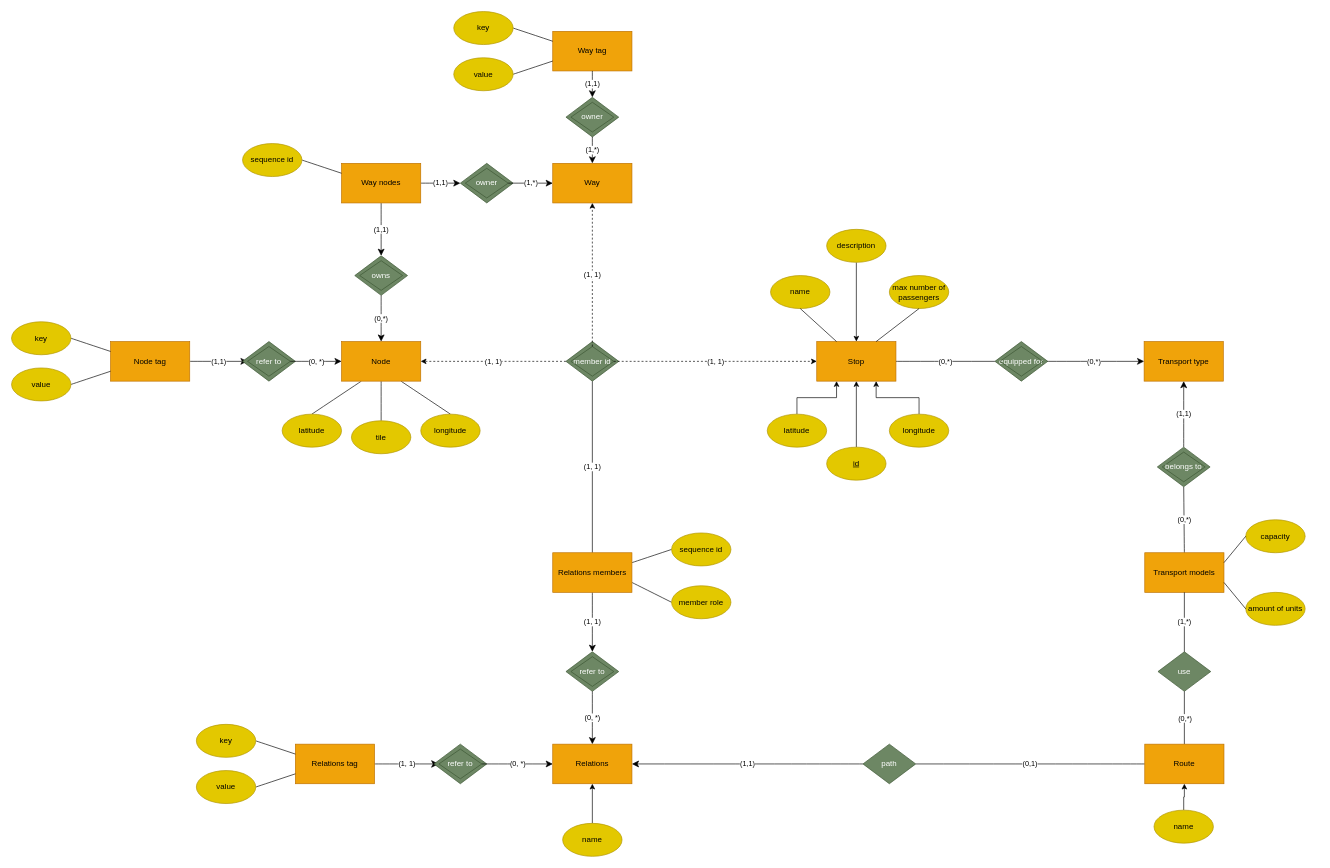
Leo-nid/hse-DB keeps this draw.io diagram as page "ER-diagram" (2 of 2) of Untitled Diagram.drawio. Above is the earlier version. Source tidied: cells renumbered, new cells numbered last; positions are measured from the earlier drawing's top-left corner, leaving out a move shared by most shapes. Both pictures are drawn from the tidied source at 66%, with x=0, y=0 at pixel (11, 11).
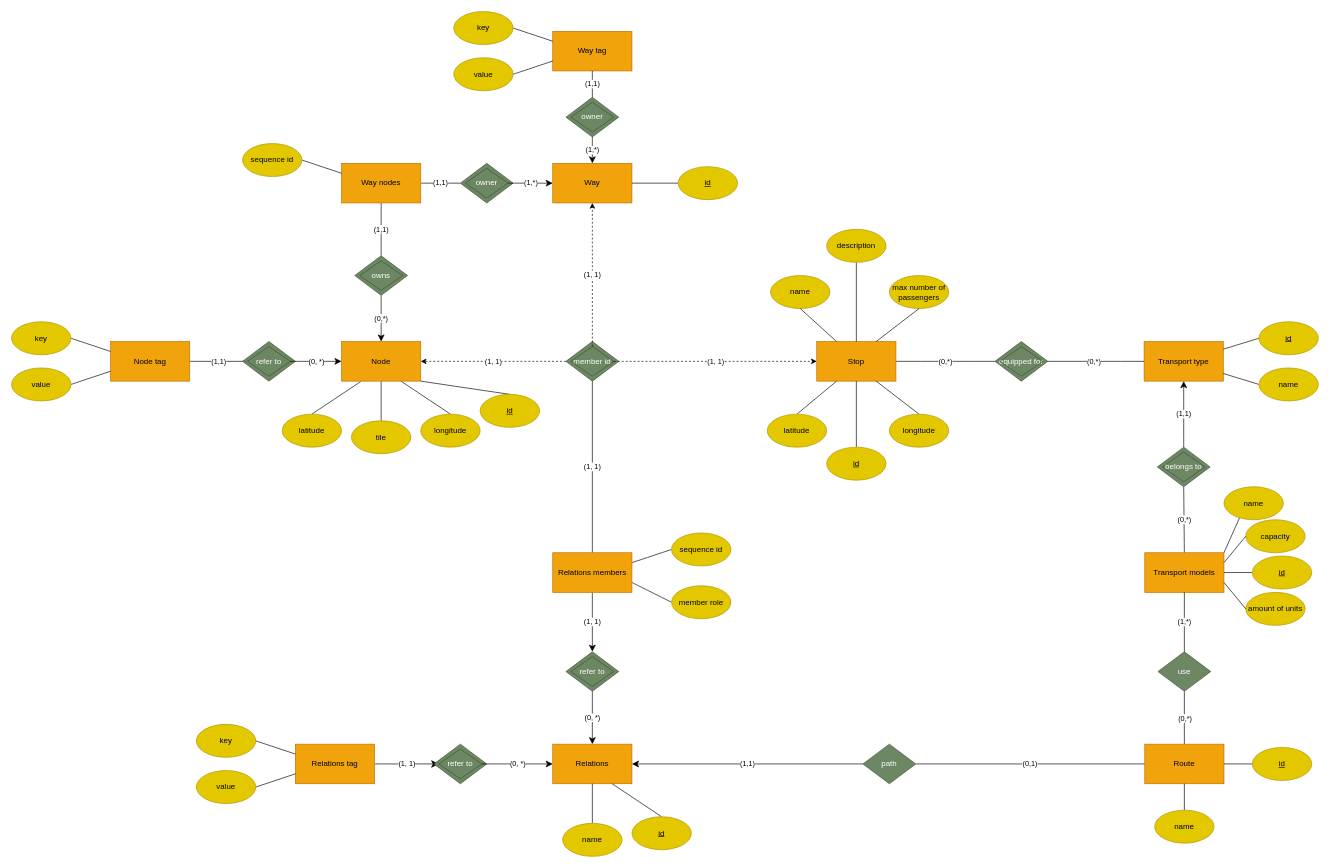
The same page after the edit.

Unchanged cells that the change refers to:
```xml
<mxCell id="3" value="Stop" style="rounded=0;whiteSpace=wrap;html=1;hachureGap=4;fillColor=#f0a30a;strokeColor=#BD7000;fontColor=#000000;" parent="1" vertex="1">
  <mxGeometry x="1220" y="500" width="120" height="60" as="geometry" />
</mxCell>
<mxCell id="9" value="Transport models" style="rounded=0;whiteSpace=wrap;html=1;hachureGap=4;fillColor=#f0a30a;strokeColor=#BD7000;fontColor=#000000;" parent="1" vertex="1">
  <mxGeometry x="1717" y="820" width="120" height="60" as="geometry" />
</mxCell>
<mxCell id="19" value="Route" style="rounded=0;whiteSpace=wrap;html=1;hachureGap=4;fillColor=#f0a30a;strokeColor=#BD7000;fontColor=#000000;" parent="1" vertex="1">
  <mxGeometry x="1717" y="1110" width="120" height="60" as="geometry" />
</mxCell>
<mxCell id="23" value="Node" style="rounded=0;whiteSpace=wrap;html=1;hachureGap=4;fillColor=#f0a30a;strokeColor=#BD7000;fontColor=#000000;" parent="1" vertex="1">
  <mxGeometry x="500" y="500" width="120" height="60" as="geometry" />
</mxCell>
<mxCell id="24" value="Way" style="rounded=0;whiteSpace=wrap;html=1;hachureGap=4;fillColor=#f0a30a;strokeColor=#BD7000;fontColor=#000000;" parent="1" vertex="1">
  <mxGeometry x="820" y="230" width="120" height="60" as="geometry" />
</mxCell>
<mxCell id="25" value="Transport type" style="rounded=0;whiteSpace=wrap;html=1;hachureGap=4;fillColor=#f0a30a;strokeColor=#BD7000;fontColor=#000000;" parent="1" vertex="1">
  <mxGeometry x="1716" y="500" width="120" height="60" as="geometry" />
</mxCell>
<mxCell id="26" value="Relations" style="rounded=0;whiteSpace=wrap;html=1;hachureGap=4;fillColor=#f0a30a;strokeColor=#BD7000;fontColor=#000000;" parent="1" vertex="1">
  <mxGeometry x="820" y="1110" width="120" height="60" as="geometry" />
</mxCell>
<mxCell id="35" value="Node tag" style="rounded=0;whiteSpace=wrap;html=1;hachureGap=4;fillColor=#f0a30a;strokeColor=#BD7000;fontColor=#000000;" parent="1" vertex="1">
  <mxGeometry x="150" y="500" width="120" height="60" as="geometry" />
</mxCell>
<mxCell id="36" value="Way tag" style="rounded=0;whiteSpace=wrap;html=1;hachureGap=4;fillColor=#f0a30a;strokeColor=#BD7000;fontColor=#000000;" parent="1" vertex="1">
  <mxGeometry x="820" y="30" width="120" height="60" as="geometry" />
</mxCell>
<mxCell id="45" value="Way nodes" style="rounded=0;whiteSpace=wrap;html=1;hachureGap=4;fillColor=#f0a30a;strokeColor=#BD7000;fontColor=#000000;" parent="1" vertex="1">
  <mxGeometry x="500" y="230" width="120" height="60" as="geometry" />
</mxCell>
<mxCell id="58" style="rhombus;whiteSpace=wrap;html=1;hachureGap=4;fillColor=none;strokeColor=#3A5431;fontColor=#ffffff;" parent="56" vertex="1">
  <mxGeometry x="7.5" y="7.5" width="65" height="45" as="geometry" />
</mxCell>
<mxCell id="75" value="owns" style="rhombus;whiteSpace=wrap;html=1;hachureGap=4;fillColor=#6d8764;strokeColor=#3A5431;fontColor=#ffffff;rounded=0;sketch=0;perimeterSpacing=0;shadow=0;" parent="74" vertex="1">
  <mxGeometry width="80" height="60" as="geometry" />
</mxCell>
<mxCell id="88" value="owner" style="rhombus;whiteSpace=wrap;html=1;hachureGap=4;fillColor=#6d8764;strokeColor=#3A5431;fontColor=#ffffff;rounded=0;sketch=0;perimeterSpacing=0;shadow=0;" parent="87" vertex="1">
  <mxGeometry width="80" height="60" as="geometry" />
</mxCell>
<mxCell id="101" value="name" style="ellipse;whiteSpace=wrap;html=1;hachureGap=4;fillColor=#e3c800;strokeColor=#B09500;fontColor=#000000;" parent="1" vertex="1">
  <mxGeometry x="835" y="1230" width="90" height="50" as="geometry" />
</mxCell>
<mxCell id="103" value="description" style="ellipse;whiteSpace=wrap;html=1;hachureGap=4;fillColor=#e3c800;strokeColor=#B09500;fontColor=#000000;" parent="1" vertex="1">
  <mxGeometry x="1235" y="330" width="90" height="50" as="geometry" />
</mxCell>
<mxCell id="107" value="latitude" style="ellipse;whiteSpace=wrap;html=1;hachureGap=4;fillColor=#e3c800;strokeColor=#B09500;fontColor=#000000;" parent="1" vertex="1">
  <mxGeometry x="1145" y="610" width="90" height="50" as="geometry" />
</mxCell>
<mxCell id="109" value="longitude" style="ellipse;whiteSpace=wrap;html=1;hachureGap=4;fillColor=#e3c800;strokeColor=#B09500;fontColor=#000000;" parent="1" vertex="1">
  <mxGeometry x="1330" y="610" width="90" height="50" as="geometry" />
</mxCell>
<mxCell id="111" value="&lt;u&gt;id&lt;/u&gt;" style="ellipse;whiteSpace=wrap;html=1;hachureGap=4;fillColor=#e3c800;strokeColor=#B09500;fontColor=#000000;" parent="1" vertex="1">
  <mxGeometry x="1235" y="660" width="90" height="50" as="geometry" />
</mxCell>
```

The edit, as a diff of the source:
```diff
@@
+    <mxCell id="112" style="edgeStyle=none;rounded=0;jettySize=auto;html=1;exitX=1;exitY=0;exitDx=0;exitDy=0;entryX=0.267;entryY=0.92;entryDx=0;entryDy=0;entryPerimeter=0;endArrow=none;endFill=0;" parent="1" edge="1" source="9" target="123">
+      <mxGeometry relative="1" as="geometry" />
+    </mxCell>
@@
-    <mxCell id="34" value="(1,1)" style="edgeStyle=none;curved=1;rounded=0;jettySize=auto;html=1;exitX=1;exitY=0.5;exitDx=0;exitDy=0;entryX=0;entryY=0.5;entryDx=0;entryDy=0;endArrow=classic;endFill=1;startSize=8;endSize=8;sourcePerimeterSpacing=8;targetPerimeterSpacing=8;" parent="1" edge="1" source="35" target="58">
+    <mxCell id="34" value="(1,1)" style="edgeStyle=none;curved=1;rounded=0;jettySize=auto;html=1;exitX=1;exitY=0.5;exitDx=0;exitDy=0;entryX=0;entryY=0.5;entryDx=0;entryDy=0;endArrow=none;endFill=0;startSize=8;endSize=8;sourcePerimeterSpacing=8;targetPerimeterSpacing=8;" parent="1" edge="1" source="35" target="58">
       <mxGeometry relative="1" as="geometry" />
     </mxCell>
@@
-    <mxCell id="43" value="(1,1)" style="edgeStyle=none;curved=1;rounded=0;jettySize=auto;html=1;exitX=0.5;exitY=1;exitDx=0;exitDy=0;entryX=0.5;entryY=0;entryDx=0;entryDy=0;endArrow=classic;endFill=1;startSize=8;endSize=8;sourcePerimeterSpacing=8;targetPerimeterSpacing=8;" parent="1" edge="1" source="45" target="75">
+    <mxCell id="43" value="(1,1)" style="edgeStyle=none;curved=1;rounded=0;jettySize=auto;html=1;exitX=0.5;exitY=1;exitDx=0;exitDy=0;entryX=0.5;entryY=0;entryDx=0;entryDy=0;endArrow=none;endFill=0;startSize=8;endSize=8;sourcePerimeterSpacing=8;targetPerimeterSpacing=8;" parent="1" edge="1" source="45" target="75">
       <mxGeometry relative="1" as="geometry" />
     </mxCell>
-    <mxCell id="44" value="(1,1)" style="edgeStyle=none;curved=1;rounded=0;jettySize=auto;html=1;exitX=1;exitY=0.5;exitDx=0;exitDy=0;endArrow=classic;endFill=1;startSize=8;endSize=8;sourcePerimeterSpacing=8;targetPerimeterSpacing=8;" parent="1" edge="1" source="45">
+    <mxCell id="44" value="(1,1)" style="edgeStyle=none;curved=1;rounded=0;jettySize=auto;html=1;exitX=1;exitY=0.5;exitDx=0;exitDy=0;endArrow=none;endFill=0;startSize=8;endSize=8;sourcePerimeterSpacing=8;targetPerimeterSpacing=8;" parent="1" edge="1" source="45">
       <mxGeometry relative="1" as="geometry">
         <mxPoint x="680" y="260" as="targetPoint" />
       </mxGeometry>
     </mxCell>
@@
-    <mxCell id="85" value="(0,*)" style="edgeStyle=none;curved=1;rounded=0;jettySize=auto;html=1;exitX=1;exitY=0.5;exitDx=0;exitDy=0;entryX=0;entryY=0.5;entryDx=0;entryDy=0;endArrow=classic;endFill=1;startSize=8;endSize=8;sourcePerimeterSpacing=8;targetPerimeterSpacing=8;startArrow=none;startFill=0;" parent="1" edge="1" target="25">
+    <mxCell id="85" value="(0,*)" style="edgeStyle=none;curved=1;rounded=0;jettySize=auto;html=1;exitX=1;exitY=0.5;exitDx=0;exitDy=0;entryX=0;entryY=0.5;entryDx=0;entryDy=0;endArrow=none;endFill=0;startSize=8;endSize=8;sourcePerimeterSpacing=8;targetPerimeterSpacing=8;startArrow=none;startFill=0;" parent="1" edge="1" target="25">
       <mxGeometry relative="1" as="geometry">
         <mxPoint x="1562.5" y="530" as="sourcePoint" />
       </mxGeometry>
     </mxCell>
@@
-    <mxCell id="91" value="(1,1)" style="edgeStyle=none;curved=1;rounded=0;jettySize=auto;html=1;exitX=0.5;exitY=1;exitDx=0;exitDy=0;entryX=0.5;entryY=0;entryDx=0;entryDy=0;endArrow=classic;endFill=1;startSize=8;endSize=8;sourcePerimeterSpacing=8;targetPerimeterSpacing=8;" parent="1" edge="1" source="36" target="88">
+    <mxCell id="91" value="(1,1)" style="edgeStyle=none;curved=1;rounded=0;jettySize=auto;html=1;exitX=0.5;exitY=1;exitDx=0;exitDy=0;entryX=0.5;entryY=0;entryDx=0;entryDy=0;endArrow=none;endFill=0;startSize=8;endSize=8;sourcePerimeterSpacing=8;targetPerimeterSpacing=8;" parent="1" edge="1" source="36" target="88">
       <mxGeometry relative="1" as="geometry" />
     </mxCell>
@@
-    <mxCell id="100" style="edgeStyle=orthogonalEdgeStyle;rounded=0;jettySize=auto;html=1;exitX=0.5;exitY=0;exitDx=0;exitDy=0;" parent="1" edge="1" source="101" target="26">
+    <mxCell id="100" style="edgeStyle=orthogonalEdgeStyle;rounded=0;jettySize=auto;html=1;exitX=0.5;exitY=0;exitDx=0;exitDy=0;endArrow=none;endFill=0;" parent="1" edge="1" source="101" target="26">
       <mxGeometry relative="1" as="geometry" />
     </mxCell>
@@
-    <mxCell id="102" style="edgeStyle=orthogonalEdgeStyle;rounded=0;jettySize=auto;html=1;exitX=0.5;exitY=1;exitDx=0;exitDy=0;" parent="1" edge="1" source="103" target="3">
+    <mxCell id="102" style="edgeStyle=orthogonalEdgeStyle;rounded=0;jettySize=auto;html=1;exitX=0.5;exitY=1;exitDx=0;exitDy=0;endArrow=none;endFill=0;" parent="1" edge="1" source="103" target="3">
       <mxGeometry relative="1" as="geometry" />
     </mxCell>
@@
-    <mxCell id="104" style="edgeStyle=orthogonalEdgeStyle;rounded=0;jettySize=auto;html=1;exitX=0.5;exitY=0;exitDx=0;exitDy=0;entryX=0.5;entryY=1;entryDx=0;entryDy=0;" parent="1" edge="1" source="105" target="19">
+    <mxCell id="104" style="edgeStyle=orthogonalEdgeStyle;rounded=0;jettySize=auto;html=1;exitX=0.5;exitY=0;exitDx=0;exitDy=0;entryX=0.5;entryY=1;entryDx=0;entryDy=0;endArrow=none;endFill=0;" parent="1" edge="1" source="105" target="19">
       <mxGeometry relative="1" as="geometry" />
     </mxCell>
     <mxCell id="105" value="name" style="ellipse;whiteSpace=wrap;html=1;hachureGap=4;fillColor=#e3c800;strokeColor=#B09500;fontColor=#000000;" parent="1" vertex="1">
-      <mxGeometry x="1731" y="1210" width="90" height="50" as="geometry" />
+      <mxGeometry x="1732" y="1210" width="90" height="50" as="geometry" />
     </mxCell>
-    <mxCell id="106" style="edgeStyle=orthogonalEdgeStyle;rounded=0;jettySize=auto;html=1;exitX=0.5;exitY=0;exitDx=0;exitDy=0;entryX=0.25;entryY=1;entryDx=0;entryDy=0;" parent="1" edge="1" source="107" target="3">
+    <mxCell id="106" style="rounded=0;jettySize=auto;html=1;exitX=0.5;exitY=0;exitDx=0;exitDy=0;entryX=0.25;entryY=1;entryDx=0;entryDy=0;endArrow=none;endFill=0;" parent="1" edge="1" source="107" target="3">
       <mxGeometry relative="1" as="geometry" />
     </mxCell>
@@
-    <mxCell id="108" style="edgeStyle=orthogonalEdgeStyle;rounded=0;jettySize=auto;html=1;exitX=0.5;exitY=0;exitDx=0;exitDy=0;entryX=0.75;entryY=1;entryDx=0;entryDy=0;" parent="1" edge="1" source="109" target="3">
+    <mxCell id="108" style="rounded=0;jettySize=auto;html=1;exitX=0.5;exitY=0;exitDx=0;exitDy=0;entryX=0.75;entryY=1;entryDx=0;entryDy=0;endArrow=none;endFill=0;" parent="1" edge="1" source="109" target="3">
       <mxGeometry relative="1" as="geometry" />
     </mxCell>
@@
-    <mxCell id="110" style="edgeStyle=orthogonalEdgeStyle;rounded=0;jettySize=auto;html=1;exitX=0.5;exitY=0;exitDx=0;exitDy=0;" parent="1" edge="1" source="111" target="3">
+    <mxCell id="110" style="edgeStyle=orthogonalEdgeStyle;rounded=0;jettySize=auto;html=1;exitX=0.5;exitY=0;exitDx=0;exitDy=0;endArrow=none;endFill=0;" parent="1" edge="1" source="111" target="3">
       <mxGeometry relative="1" as="geometry" />
     </mxCell>
@@
+    <mxCell id="113" style="edgeStyle=none;rounded=0;jettySize=auto;html=1;exitX=0.5;exitY=0;exitDx=0;exitDy=0;entryX=0.75;entryY=1;entryDx=0;entryDy=0;endArrow=none;endFill=0;" parent="1" edge="1" source="114" target="26">
+      <mxGeometry relative="1" as="geometry" />
+    </mxCell>
+    <mxCell id="114" value="&lt;u&gt;id&lt;/u&gt;" style="ellipse;whiteSpace=wrap;html=1;hachureGap=4;fillColor=#e3c800;strokeColor=#B09500;fontColor=#000000;" parent="1" vertex="1">
+      <mxGeometry x="940" y="1220" width="90" height="50" as="geometry" />
+    </mxCell>
+    <mxCell id="115" style="edgeStyle=none;rounded=0;jettySize=auto;html=1;exitX=0.5;exitY=0;exitDx=0;exitDy=0;entryX=1;entryY=1;entryDx=0;entryDy=0;endArrow=none;endFill=0;" parent="1" edge="1" source="116" target="23">
+      <mxGeometry relative="1" as="geometry" />
+    </mxCell>
+    <mxCell id="116" value="&lt;u&gt;id&lt;/u&gt;" style="ellipse;whiteSpace=wrap;html=1;hachureGap=4;fillColor=#e3c800;strokeColor=#B09500;fontColor=#000000;" parent="1" vertex="1">
+      <mxGeometry x="710" y="580" width="90" height="50" as="geometry" />
+    </mxCell>
+    <mxCell id="117" style="edgeStyle=none;rounded=0;jettySize=auto;html=1;exitX=0;exitY=0.5;exitDx=0;exitDy=0;endArrow=none;endFill=0;" parent="1" edge="1" source="118" target="24">
+      <mxGeometry relative="1" as="geometry" />
+    </mxCell>
+    <mxCell id="118" value="&lt;u&gt;id&lt;/u&gt;" style="ellipse;whiteSpace=wrap;html=1;hachureGap=4;fillColor=#e3c800;strokeColor=#B09500;fontColor=#000000;" parent="1" vertex="1">
+      <mxGeometry x="1010" y="235" width="90" height="50" as="geometry" />
+    </mxCell>
+    <mxCell id="119" style="edgeStyle=none;rounded=0;jettySize=auto;html=1;exitX=0;exitY=0.5;exitDx=0;exitDy=0;endArrow=none;endFill=0;" parent="1" edge="1" source="120" target="25">
+      <mxGeometry relative="1" as="geometry" />
+    </mxCell>
+    <mxCell id="120" value="&lt;u&gt;id&lt;/u&gt;" style="ellipse;whiteSpace=wrap;html=1;hachureGap=4;fillColor=#e3c800;strokeColor=#B09500;fontColor=#000000;" parent="1" vertex="1">
+      <mxGeometry x="1890" y="470" width="90" height="50" as="geometry" />
+    </mxCell>
+    <mxCell id="121" style="edgeStyle=none;rounded=0;jettySize=auto;html=1;exitX=0;exitY=0.5;exitDx=0;exitDy=0;entryX=1;entryY=0.5;entryDx=0;entryDy=0;endArrow=none;endFill=0;" parent="1" edge="1" source="122" target="9">
+      <mxGeometry relative="1" as="geometry" />
+    </mxCell>
+    <mxCell id="122" value="&lt;u&gt;id&lt;/u&gt;" style="ellipse;whiteSpace=wrap;html=1;hachureGap=4;fillColor=#e3c800;strokeColor=#B09500;fontColor=#000000;" parent="1" vertex="1">
+      <mxGeometry x="1880" y="825" width="90" height="50" as="geometry" />
+    </mxCell>
+    <mxCell id="123" value="name" style="ellipse;whiteSpace=wrap;html=1;hachureGap=4;fillColor=#e3c800;strokeColor=#B09500;fontColor=#000000;" parent="1" vertex="1">
+      <mxGeometry x="1837" y="720" width="90" height="50" as="geometry" />
+    </mxCell>
+    <mxCell id="124" style="edgeStyle=none;rounded=0;jettySize=auto;html=1;exitX=0;exitY=0.5;exitDx=0;exitDy=0;endArrow=none;endFill=0;" parent="1" edge="1" source="125" target="25">
+      <mxGeometry relative="1" as="geometry" />
+    </mxCell>
+    <mxCell id="125" value="name" style="ellipse;whiteSpace=wrap;html=1;hachureGap=4;fillColor=#e3c800;strokeColor=#B09500;fontColor=#000000;" parent="1" vertex="1">
+      <mxGeometry x="1890" y="540" width="90" height="50" as="geometry" />
+    </mxCell>
+    <mxCell id="126" style="edgeStyle=none;rounded=0;jettySize=auto;html=1;exitX=0;exitY=0.5;exitDx=0;exitDy=0;endArrow=none;endFill=0;" parent="1" edge="1" source="127" target="19">
+      <mxGeometry relative="1" as="geometry" />
+    </mxCell>
+    <mxCell id="127" value="&lt;u&gt;id&lt;/u&gt;" style="ellipse;whiteSpace=wrap;html=1;hachureGap=4;fillColor=#e3c800;strokeColor=#B09500;fontColor=#000000;" parent="1" vertex="1">
+      <mxGeometry x="1880" y="1115" width="90" height="50" as="geometry" />
+    </mxCell>
```
